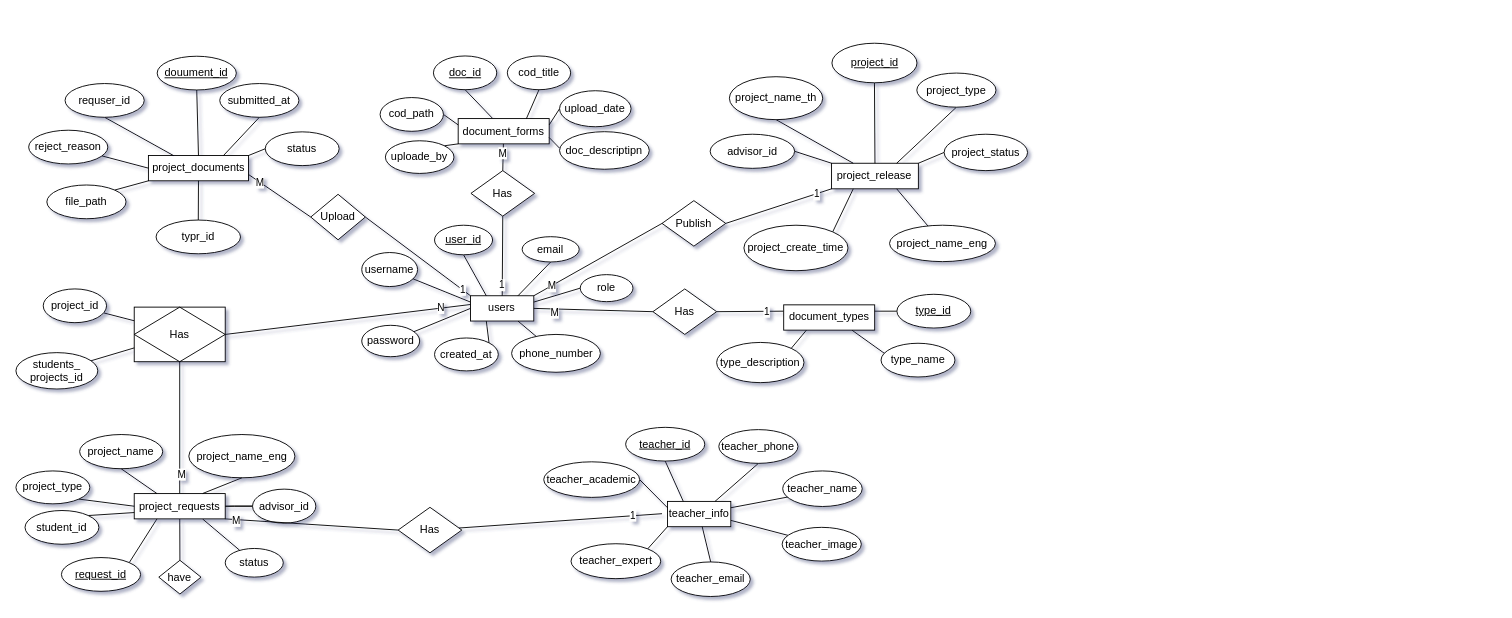
The draw.io diagram ER.drawio in ItsRyS/Diagram-pms, before the edit. Source tidied: cells renumbered, new cells numbered last; positions are measured from the earlier drawing's top-left corner, leaving out a move shared by most shapes. Both pictures are drawn from the tidied source at 91%, with x=0, y=0 at pixel (15, 43).
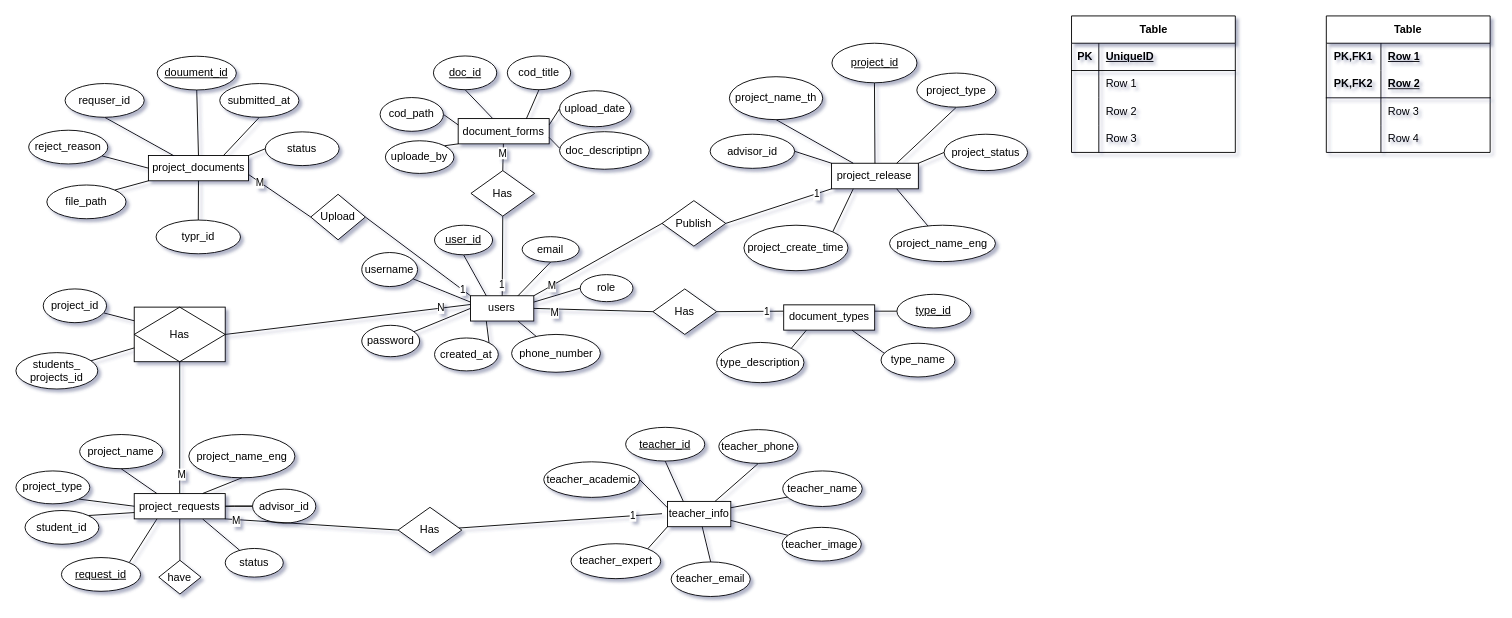
The same diagram, later.

Change to the diagram source:
```diff
@@
+    <mxCell id="144" value="Table" style="shape=table;startSize=30;childLayout=tableLayout;rowLines=0;fontStyle=1;align=center;html=1;" parent="1" vertex="1">
+      <mxGeometry x="1160" y="-30" width="180" height="150" as="geometry" />
+    </mxCell>
+    <mxCell id="145" style="shape=tableRow;horizontal=0;startSize=0;swimlaneHead=0;swimlaneBody=0;fillColor=none;top=0;left=0;right=0;bottom=1;" parent="144" vertex="1">
+      <mxGeometry y="30" width="180" height="30" as="geometry" />
+    </mxCell>
+    <mxCell id="146" value="PK" style="shape=partialRectangle;fillColor=none;top=0;left=0;bottom=0;right=0;fontStyle=1;overflow=hidden;whiteSpace=wrap;html=1;" parent="145" vertex="1">
+      <mxGeometry width="30" height="30" as="geometry" />
+    </mxCell>
+    <mxCell id="147" value="UniqueID" style="shape=partialRectangle;fillColor=none;top=0;left=0;bottom=0;right=0;align=left;spacingLeft=6;fontStyle=5;overflow=hidden;whiteSpace=wrap;html=1;" parent="145" vertex="1">
+      <mxGeometry x="30" width="150" height="30" as="geometry" />
+    </mxCell>
+    <mxCell id="148" style="shape=tableRow;horizontal=0;startSize=0;swimlaneHead=0;swimlaneBody=0;fillColor=none;top=0;left=0;right=0;bottom=0;" parent="144" vertex="1">
+      <mxGeometry y="60" width="180" height="30" as="geometry" />
+    </mxCell>
+    <mxCell id="149" style="shape=partialRectangle;fillColor=none;top=0;left=0;bottom=0;right=0;overflow=hidden;whiteSpace=wrap;html=1;" parent="148" vertex="1">
+      <mxGeometry width="30" height="30" as="geometry" />
+    </mxCell>
+    <mxCell id="150" value="Row 1" style="shape=partialRectangle;fillColor=none;top=0;left=0;bottom=0;right=0;align=left;spacingLeft=6;overflow=hidden;whiteSpace=wrap;html=1;" parent="148" vertex="1">
+      <mxGeometry x="30" width="150" height="30" as="geometry" />
+    </mxCell>
+    <mxCell id="151" style="shape=tableRow;horizontal=0;startSize=0;swimlaneHead=0;swimlaneBody=0;fillColor=none;top=0;left=0;right=0;bottom=0;" parent="144" vertex="1">
+      <mxGeometry y="90" width="180" height="30" as="geometry" />
+    </mxCell>
+    <mxCell id="152" style="shape=partialRectangle;fillColor=none;top=0;left=0;bottom=0;right=0;overflow=hidden;whiteSpace=wrap;html=1;" parent="151" vertex="1">
+      <mxGeometry width="30" height="30" as="geometry" />
+    </mxCell>
+    <mxCell id="153" value="Row 2" style="shape=partialRectangle;fillColor=none;top=0;left=0;bottom=0;right=0;align=left;spacingLeft=6;overflow=hidden;whiteSpace=wrap;html=1;" parent="151" vertex="1">
+      <mxGeometry x="30" width="150" height="30" as="geometry" />
+    </mxCell>
+    <mxCell id="154" style="shape=tableRow;horizontal=0;startSize=0;swimlaneHead=0;swimlaneBody=0;fillColor=none;top=0;left=0;right=0;bottom=0;" parent="144" vertex="1">
+      <mxGeometry y="120" width="180" height="30" as="geometry" />
+    </mxCell>
+    <mxCell id="155" style="shape=partialRectangle;fillColor=none;top=0;left=0;bottom=0;right=0;overflow=hidden;whiteSpace=wrap;html=1;" parent="154" vertex="1">
+      <mxGeometry width="30" height="30" as="geometry" />
+    </mxCell>
+    <mxCell id="156" value="Row 3" style="shape=partialRectangle;fillColor=none;top=0;left=0;bottom=0;right=0;align=left;spacingLeft=6;overflow=hidden;whiteSpace=wrap;html=1;" parent="154" vertex="1">
+      <mxGeometry x="30" width="150" height="30" as="geometry" />
+    </mxCell>
+    <mxCell id="157" value="Table" style="shape=table;startSize=30;childLayout=tableLayout;rowLines=0;fontStyle=1;align=center;html=1;whiteSpace=wrap;" parent="1" vertex="1">
+      <mxGeometry x="1440" y="-30" width="180" height="150" as="geometry" />
+    </mxCell>
+    <mxCell id="158" style="shape=tableRow;horizontal=0;startSize=0;swimlaneHead=0;swimlaneBody=0;fillColor=none;top=0;left=0;right=0;bottom=0;html=1;" parent="157" vertex="1">
+      <mxGeometry y="30" width="180" height="30" as="geometry" />
+    </mxCell>
+    <mxCell id="159" value="PK,FK1" style="shape=partialRectangle;fillColor=none;top=0;left=0;bottom=0;right=0;fontStyle=1;overflow=hidden;html=1;whiteSpace=wrap;" parent="158" vertex="1">
+      <mxGeometry width="60" height="30" as="geometry" />
+    </mxCell>
+    <mxCell id="160" value="Row 1" style="shape=partialRectangle;fillColor=none;top=0;left=0;bottom=0;right=0;align=left;spacingLeft=6;fontStyle=5;overflow=hidden;html=1;whiteSpace=wrap;" parent="158" vertex="1">
+      <mxGeometry x="60" width="120" height="30" as="geometry" />
+    </mxCell>
+    <mxCell id="161" style="shape=tableRow;horizontal=0;startSize=0;swimlaneHead=0;swimlaneBody=0;fillColor=none;top=0;left=0;right=0;bottom=1;html=1;" parent="157" vertex="1">
+      <mxGeometry y="60" width="180" height="30" as="geometry" />
+    </mxCell>
+    <mxCell id="162" value="PK,FK2" style="shape=partialRectangle;fillColor=none;top=0;left=0;bottom=0;right=0;fontStyle=1;overflow=hidden;html=1;whiteSpace=wrap;" parent="161" vertex="1">
+      <mxGeometry width="60" height="30" as="geometry" />
+    </mxCell>
+    <mxCell id="163" value="Row 2" style="shape=partialRectangle;fillColor=none;top=0;left=0;bottom=0;right=0;align=left;spacingLeft=6;fontStyle=5;overflow=hidden;html=1;whiteSpace=wrap;" parent="161" vertex="1">
+      <mxGeometry x="60" width="120" height="30" as="geometry" />
+    </mxCell>
+    <mxCell id="164" style="shape=tableRow;horizontal=0;startSize=0;swimlaneHead=0;swimlaneBody=0;fillColor=none;top=0;left=0;right=0;bottom=0;html=1;" parent="157" vertex="1">
+      <mxGeometry y="90" width="180" height="30" as="geometry" />
+    </mxCell>
+    <mxCell id="165" style="shape=partialRectangle;fillColor=none;top=0;left=0;bottom=0;right=0;overflow=hidden;html=1;whiteSpace=wrap;" parent="164" vertex="1">
+      <mxGeometry width="60" height="30" as="geometry" />
+    </mxCell>
+    <mxCell id="166" value="Row 3" style="shape=partialRectangle;fillColor=none;top=0;left=0;bottom=0;right=0;align=left;spacingLeft=6;overflow=hidden;html=1;whiteSpace=wrap;" parent="164" vertex="1">
+      <mxGeometry x="60" width="120" height="30" as="geometry" />
+    </mxCell>
+    <mxCell id="167" style="shape=tableRow;horizontal=0;startSize=0;swimlaneHead=0;swimlaneBody=0;fillColor=none;top=0;left=0;right=0;bottom=0;html=1;" parent="157" vertex="1">
+      <mxGeometry y="120" width="180" height="30" as="geometry" />
+    </mxCell>
+    <mxCell id="168" style="shape=partialRectangle;fillColor=none;top=0;left=0;bottom=0;right=0;overflow=hidden;html=1;whiteSpace=wrap;" parent="167" vertex="1">
+      <mxGeometry width="60" height="30" as="geometry" />
+    </mxCell>
+    <mxCell id="169" value="Row 4" style="shape=partialRectangle;fillColor=none;top=0;left=0;bottom=0;right=0;align=left;spacingLeft=6;overflow=hidden;html=1;whiteSpace=wrap;" parent="167" vertex="1">
+      <mxGeometry x="60" width="120" height="30" as="geometry" />
+    </mxCell>
```
